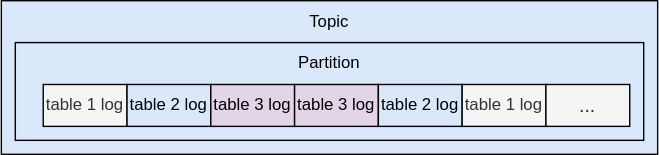
Above: kafkawal.drawio.svg in Rachelint/drawio-store (draw.io), before the change. Source tidied: cells renumbered, new cells last; positions are measured from the earlier drawing's top-left corner, leaving out a move shared by most shapes.
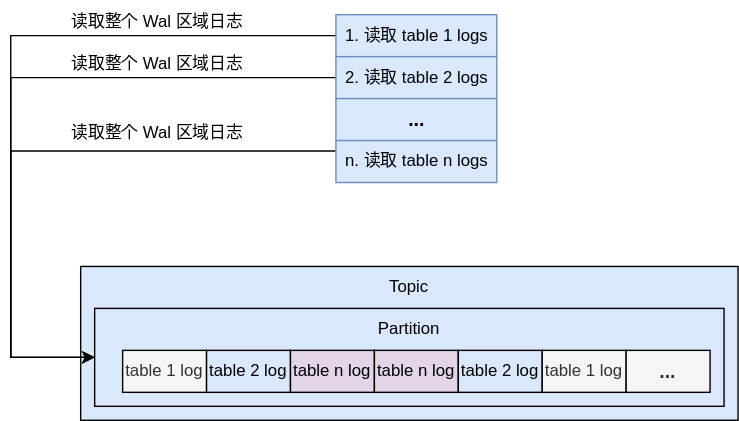
After the commit.

Diff of the diagram source:
```diff
@@ -14,10 +14,10 @@
     <mxCell id="5" value="table 2 log" style="rounded=0;whiteSpace=wrap;html=1;labelBackgroundColor=none;fillColor=#dae8fc;strokeColor=#000000;" parent="1" vertex="1">
       <mxGeometry x="90" y="60" width="60" height="30" as="geometry" />
     </mxCell>
-    <mxCell id="6" value="table 3 log" style="rounded=0;whiteSpace=wrap;html=1;labelBackgroundColor=none;fillColor=#e1d5e7;strokeColor=#000000;" parent="1" vertex="1">
+    <mxCell id="6" value="table n log" style="rounded=0;whiteSpace=wrap;html=1;labelBackgroundColor=none;fillColor=#e1d5e7;strokeColor=#000000;" parent="1" vertex="1">
       <mxGeometry x="150" y="60" width="60" height="30" as="geometry" />
     </mxCell>
-    <mxCell id="7" value="table 3 log" style="rounded=0;whiteSpace=wrap;html=1;labelBackgroundColor=none;fillColor=#e1d5e7;strokeColor=#000000;" parent="1" vertex="1">
+    <mxCell id="7" value="table n log" style="rounded=0;whiteSpace=wrap;html=1;labelBackgroundColor=none;fillColor=#e1d5e7;strokeColor=#000000;" parent="1" vertex="1">
       <mxGeometry x="210" y="60" width="60" height="30" as="geometry" />
     </mxCell>
     <mxCell id="8" value="table 2 log" style="rounded=0;whiteSpace=wrap;html=1;labelBackgroundColor=none;fillColor=#dae8fc;strokeColor=#000000;" parent="1" vertex="1">
@@ -26,7 +26,7 @@
     <mxCell id="9" value="table 1 log" style="rounded=0;whiteSpace=wrap;html=1;labelBackgroundColor=none;fillColor=#f5f5f5;strokeColor=#000000;fontColor=#333333;" parent="1" vertex="1">
       <mxGeometry x="330" y="60" width="60" height="30" as="geometry" />
     </mxCell>
-    <mxCell id="10" value="&lt;font style=&quot;font-size: 14px;&quot;&gt;...&lt;/font&gt;" style="rounded=0;whiteSpace=wrap;html=1;labelBackgroundColor=none;fillColor=#f5f5f5;strokeColor=#000000;fontColor=#333333;" parent="1" vertex="1">
+    <mxCell id="10" value="&lt;b&gt;&lt;font style=&quot;font-size: 14px;&quot;&gt;...&lt;/font&gt;&lt;/b&gt;" style="rounded=0;whiteSpace=wrap;html=1;labelBackgroundColor=none;fillColor=#f5f5f5;strokeColor=#000000;fontColor=#333333;" parent="1" vertex="1">
       <mxGeometry x="390" y="60" width="60" height="30" as="geometry" />
     </mxCell>
     <mxCell id="11" value="Partition" style="text;html=1;strokeColor=none;fillColor=none;align=center;verticalAlign=middle;whiteSpace=wrap;rounded=0;" parent="1" vertex="1">
@@ -35,5 +35,50 @@
     <mxCell id="12" value="Topic" style="text;html=1;strokeColor=none;fillColor=none;align=center;verticalAlign=middle;whiteSpace=wrap;rounded=0;" parent="1" vertex="1">
       <mxGeometry x="205" width="60" height="30" as="geometry" />
     </mxCell>
+    <mxCell id="13" style="edgeStyle=orthogonalEdgeStyle;rounded=0;jettySize=auto;html=1;exitX=0;exitY=0.5;exitDx=0;exitDy=0;entryX=0;entryY=0.5;entryDx=0;entryDy=0;" parent="1" edge="1" source="14" target="3">
+      <mxGeometry relative="1" as="geometry">
+        <Array as="points">
+          <mxPoint x="-50" y="-165" />
+          <mxPoint x="-50" y="65" />
+        </Array>
+      </mxGeometry>
+    </mxCell>
+    <mxCell id="14" value="1. 读取 table 1 logs" style="rounded=0;whiteSpace=wrap;html=1;fillColor=#dae8fc;strokeColor=#6c8ebf;" parent="1" vertex="1">
+      <mxGeometry x="182.5" y="-180" width="115" height="30" as="geometry" />
+    </mxCell>
+    <mxCell id="15" style="edgeStyle=orthogonalEdgeStyle;rounded=0;jettySize=auto;html=1;exitX=0;exitY=0.5;exitDx=0;exitDy=0;entryX=0;entryY=0.5;entryDx=0;entryDy=0;" parent="1" edge="1" source="16" target="3">
+      <mxGeometry relative="1" as="geometry">
+        <Array as="points">
+          <mxPoint x="-50" y="-135" />
+          <mxPoint x="-50" y="65" />
+        </Array>
+      </mxGeometry>
+    </mxCell>
+    <mxCell id="16" value="2. 读取 table 2 logs" style="rounded=0;whiteSpace=wrap;html=1;fillColor=#dae8fc;strokeColor=#6c8ebf;" parent="1" vertex="1">
+      <mxGeometry x="182.5" y="-150" width="115" height="30" as="geometry" />
+    </mxCell>
+    <mxCell id="17" value="&lt;font style=&quot;font-size: 14px;&quot;&gt;&lt;b&gt;...&lt;/b&gt;&lt;/font&gt;" style="rounded=0;whiteSpace=wrap;html=1;fillColor=#dae8fc;strokeColor=#6c8ebf;" parent="1" vertex="1">
+      <mxGeometry x="182.5" y="-120" width="115" height="30" as="geometry" />
+    </mxCell>
+    <mxCell id="18" style="edgeStyle=orthogonalEdgeStyle;rounded=0;jettySize=auto;html=1;exitX=0;exitY=0.25;exitDx=0;exitDy=0;entryX=0;entryY=0.5;entryDx=0;entryDy=0;" parent="1" edge="1" source="19" target="3">
+      <mxGeometry relative="1" as="geometry">
+        <Array as="points">
+          <mxPoint x="-50" y="-82" />
+          <mxPoint x="-50" y="65" />
+        </Array>
+      </mxGeometry>
+    </mxCell>
+    <mxCell id="19" value="n. 读取 table n logs" style="rounded=0;whiteSpace=wrap;html=1;fillColor=#dae8fc;strokeColor=#6c8ebf;" parent="1" vertex="1">
+      <mxGeometry x="182.5" y="-90" width="115" height="30" as="geometry" />
+    </mxCell>
+    <mxCell id="20" value="读取整个 Wal 区域日志" style="text;html=1;strokeColor=none;fillColor=none;align=center;verticalAlign=middle;whiteSpace=wrap;rounded=0;" parent="1" vertex="1">
+      <mxGeometry x="-10" y="-190" width="130" height="30" as="geometry" />
+    </mxCell>
+    <mxCell id="21" value="读取整个 Wal 区域日志" style="text;html=1;strokeColor=none;fillColor=none;align=center;verticalAlign=middle;whiteSpace=wrap;rounded=0;" parent="1" vertex="1">
+      <mxGeometry x="-10" y="-160" width="130" height="30" as="geometry" />
+    </mxCell>
+    <mxCell id="22" value="读取整个 Wal 区域日志" style="text;html=1;strokeColor=none;fillColor=none;align=center;verticalAlign=middle;whiteSpace=wrap;rounded=0;" parent="1" vertex="1">
+      <mxGeometry x="-10" y="-110" width="130" height="30" as="geometry" />
+    </mxCell>
   </root>
 </mxGraphModel>
```
